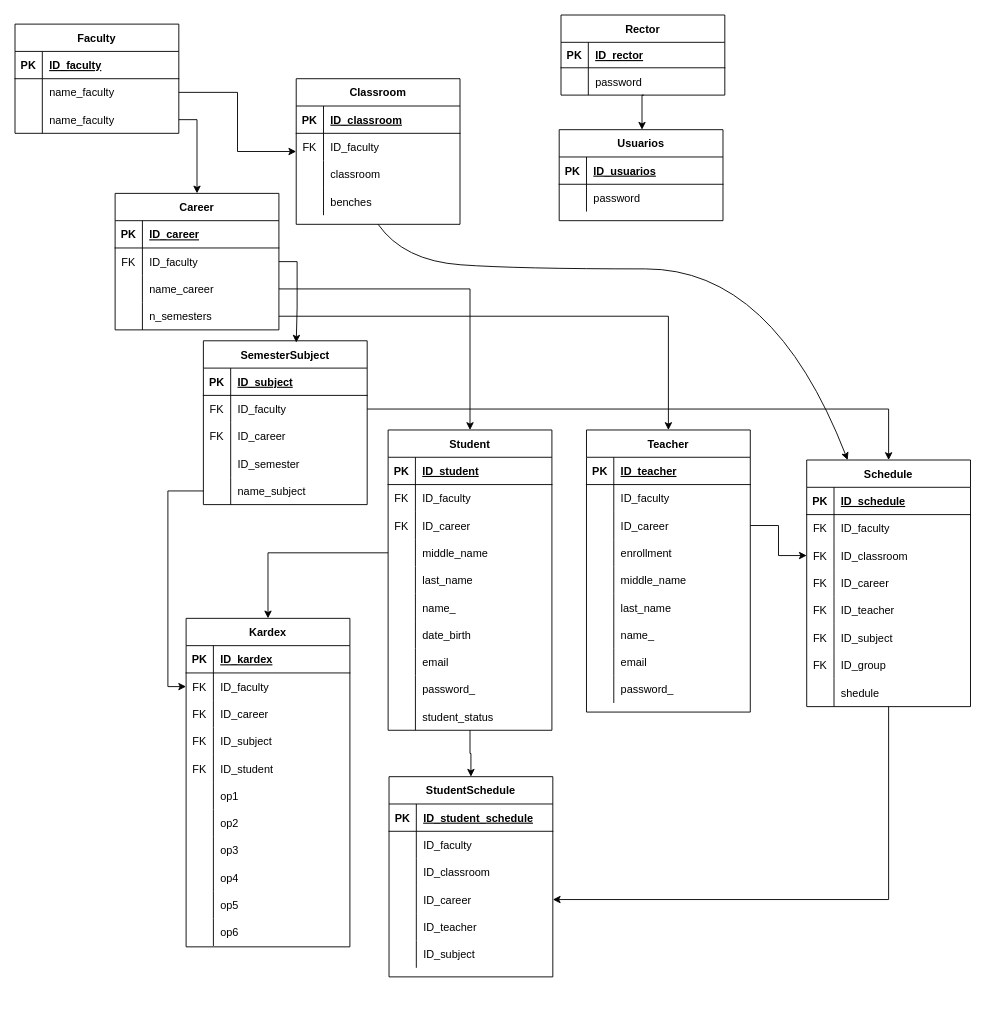
Before: UANL.drawio in miguelrang/InscripcionHorarioSIASE-UANL-SIMULACION-1.0, a draw.io diagram. Source tidied: cells renumbered, new cells numbered last; positions are measured from the earlier drawing's top-left corner, leaving out a move shared by most shapes. Both pictures are drawn from the tidied source at 91%, with x=0, y=0 at pixel (15, 15).
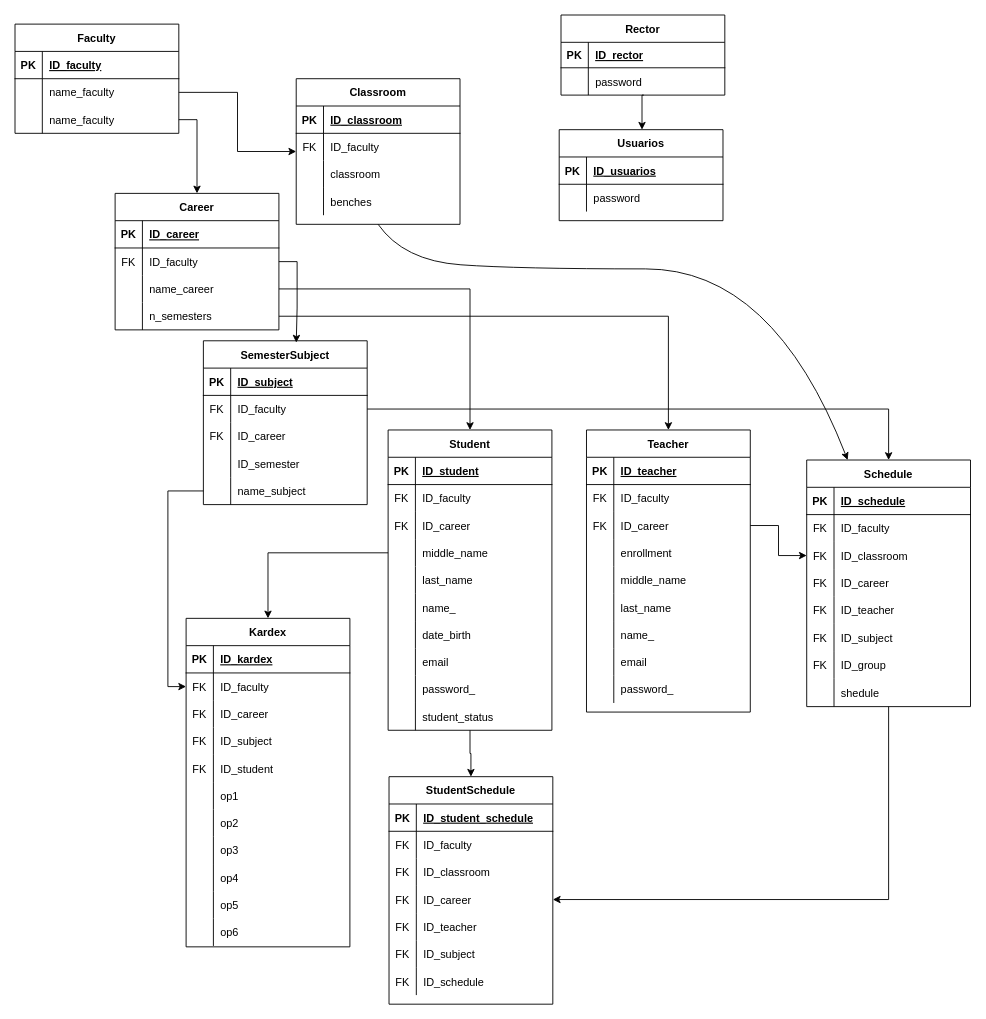
The same diagram, later.

Unchanged cells that the change refers to:
```xml
<mxCell id="171" style="shape=tableRow;horizontal=0;startSize=0;swimlaneHead=0;swimlaneBody=0;fillColor=none;top=0;left=0;right=0;bottom=0;" parent="167" vertex="1">
  <mxGeometry y="60" width="180" height="30" as="geometry" />
</mxCell>
<mxCell id="174" style="shape=tableRow;horizontal=0;startSize=0;swimlaneHead=0;swimlaneBody=0;fillColor=none;points=[[0,0.5],[1,0.5]];portConstraint=eastwest;top=0;left=0;right=0;bottom=0;" parent="167" vertex="1">
  <mxGeometry y="90" width="180" height="30" as="geometry" />
</mxCell>
<mxCell id="203" style="shape=tableRow;horizontal=0;startSize=0;swimlaneHead=0;swimlaneBody=0;fillColor=none;top=0;left=0;right=0;bottom=0;" parent="199" vertex="1">
  <mxGeometry y="60" width="180" height="30" as="geometry" />
</mxCell>
<mxCell id="206" style="shape=tableRow;horizontal=0;startSize=0;swimlaneHead=0;swimlaneBody=0;fillColor=none;top=0;left=0;right=0;bottom=0;" parent="199" vertex="1">
  <mxGeometry y="90" width="180" height="30" as="geometry" />
</mxCell>
<mxCell id="209" style="shape=tableRow;horizontal=0;startSize=0;swimlaneHead=0;swimlaneBody=0;fillColor=none;points=[[0,0.5],[1,0.5]];portConstraint=eastwest;top=0;left=0;right=0;bottom=0;" parent="199" vertex="1">
  <mxGeometry y="120" width="180" height="30" as="geometry" />
</mxCell>
<mxCell id="212" style="shape=tableRow;horizontal=0;startSize=0;swimlaneHead=0;swimlaneBody=0;fillColor=none;top=0;left=0;right=0;bottom=0;" parent="199" vertex="1">
  <mxGeometry y="150" width="180" height="30" as="geometry" />
</mxCell>
<mxCell id="215" style="shape=tableRow;horizontal=0;startSize=0;swimlaneHead=0;swimlaneBody=0;fillColor=none;top=0;left=0;right=0;bottom=0;" parent="199" vertex="1">
  <mxGeometry y="180" width="180" height="30" as="geometry" />
</mxCell>
```

Diff of the diagram source:
```diff
@@
-    <mxCell id="172" style="shape=partialRectangle;fillColor=none;top=0;left=0;bottom=0;right=0;overflow=hidden;" parent="171" vertex="1">
+    <mxCell id="172" value="FK" style="shape=partialRectangle;fillColor=none;top=0;left=0;bottom=0;right=0;overflow=hidden;" parent="171" vertex="1">
       <mxGeometry width="30" height="30" as="geometry" />
     </mxCell>
@@
-    <mxCell id="175" style="shape=partialRectangle;fillColor=none;top=0;left=0;bottom=0;right=0;overflow=hidden;" parent="174" vertex="1">
+    <mxCell id="175" value="FK" style="shape=partialRectangle;fillColor=none;top=0;left=0;bottom=0;right=0;overflow=hidden;" parent="174" vertex="1">
       <mxGeometry width="30" height="30" as="geometry" />
     </mxCell>
@@
     <mxCell id="199" value="StudentSchedule" style="shape=table;startSize=30;childLayout=tableLayout;rowLines=0;fontStyle=1;align=center;" parent="1" vertex="1">
-      <mxGeometry x="411" y="837" width="180" height="220" as="geometry" />
+      <mxGeometry x="411" y="837" width="180" height="250" as="geometry" />
     </mxCell>
@@
-    <mxCell id="204" style="shape=partialRectangle;fillColor=none;top=0;left=0;bottom=0;right=0;overflow=hidden;" parent="203" vertex="1">
+    <mxCell id="204" value="FK" style="shape=partialRectangle;fillColor=none;top=0;left=0;bottom=0;right=0;overflow=hidden;" parent="203" vertex="1">
       <mxGeometry width="30" height="30" as="geometry" />
     </mxCell>
@@
-    <mxCell id="207" style="shape=partialRectangle;fillColor=none;top=0;left=0;bottom=0;right=0;overflow=hidden;" parent="206" vertex="1">
+    <mxCell id="207" value="FK" style="shape=partialRectangle;fillColor=none;top=0;left=0;bottom=0;right=0;overflow=hidden;" parent="206" vertex="1">
       <mxGeometry width="30" height="30" as="geometry" />
     </mxCell>
@@
-    <mxCell id="210" style="shape=partialRectangle;fillColor=none;top=0;left=0;bottom=0;right=0;overflow=hidden;" parent="209" vertex="1">
+    <mxCell id="210" value="FK" style="shape=partialRectangle;fillColor=none;top=0;left=0;bottom=0;right=0;overflow=hidden;" parent="209" vertex="1">
       <mxGeometry width="30" height="30" as="geometry" />
     </mxCell>
@@
-    <mxCell id="213" style="shape=partialRectangle;fillColor=none;top=0;left=0;bottom=0;right=0;overflow=hidden;" parent="212" vertex="1">
+    <mxCell id="213" value="FK" style="shape=partialRectangle;fillColor=none;top=0;left=0;bottom=0;right=0;overflow=hidden;" parent="212" vertex="1">
       <mxGeometry width="30" height="30" as="geometry" />
     </mxCell>
@@
-    <mxCell id="216" style="shape=partialRectangle;fillColor=none;top=0;left=0;bottom=0;right=0;overflow=hidden;" parent="215" vertex="1">
+    <mxCell id="216" value="FK" style="shape=partialRectangle;fillColor=none;top=0;left=0;bottom=0;right=0;overflow=hidden;" parent="215" vertex="1">
       <mxGeometry width="30" height="30" as="geometry" />
     </mxCell>
@@
+    <mxCell id="218" style="shape=tableRow;horizontal=0;startSize=0;swimlaneHead=0;swimlaneBody=0;fillColor=none;top=0;left=0;right=0;bottom=0;" parent="199" vertex="1">
+      <mxGeometry y="210" width="180" height="30" as="geometry" />
+    </mxCell>
+    <mxCell id="219" value="FK" style="shape=partialRectangle;fillColor=none;top=0;left=0;bottom=0;right=0;overflow=hidden;" parent="218" vertex="1">
+      <mxGeometry width="30" height="30" as="geometry" />
+    </mxCell>
+    <mxCell id="220" value="ID_schedule" style="shape=partialRectangle;fillColor=none;top=0;left=0;bottom=0;right=0;align=left;spacingLeft=6;overflow=hidden;" parent="218" vertex="1">
+      <mxGeometry x="30" width="150" height="30" as="geometry" />
+    </mxCell>
```
